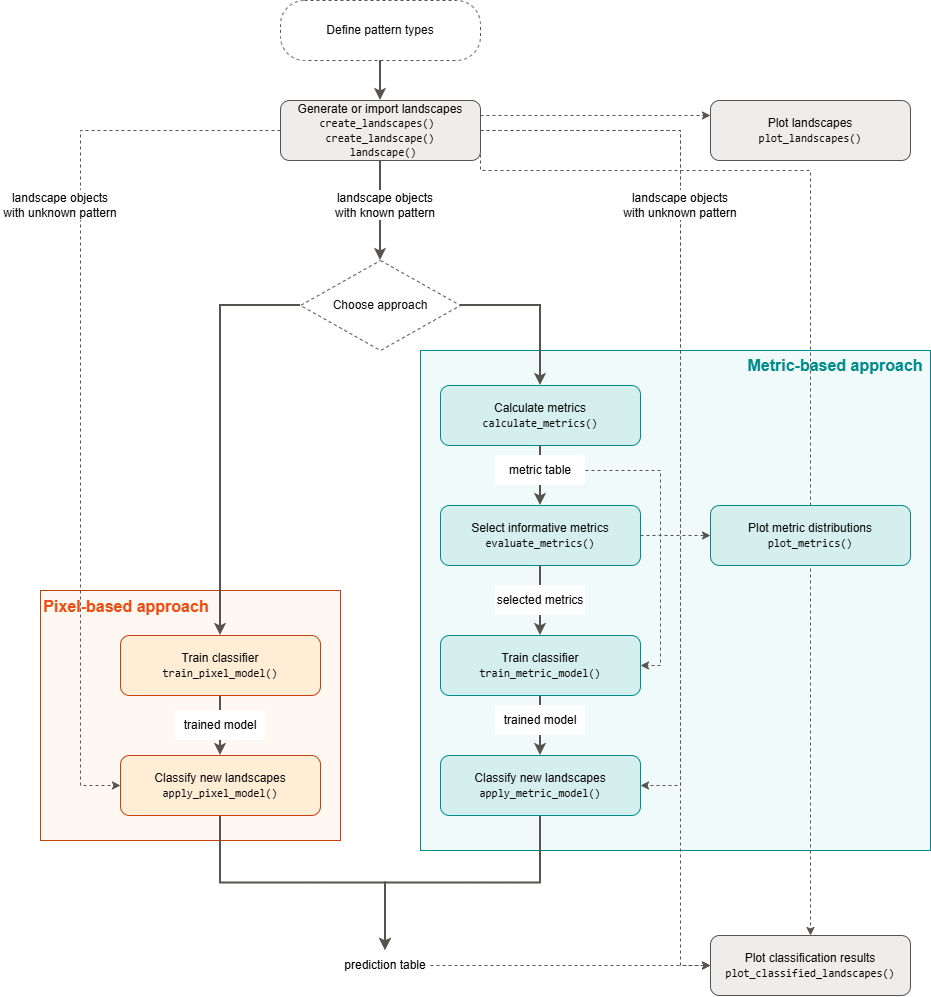
Earlier version of the draw.io export vignettes/img/workflow.drawio.png (ecomods/patternscaper). Source tidied: cells renumbered, new cells last; positions are measured from the earlier drawing's top-left corner, leaving out a move shared by most shapes.
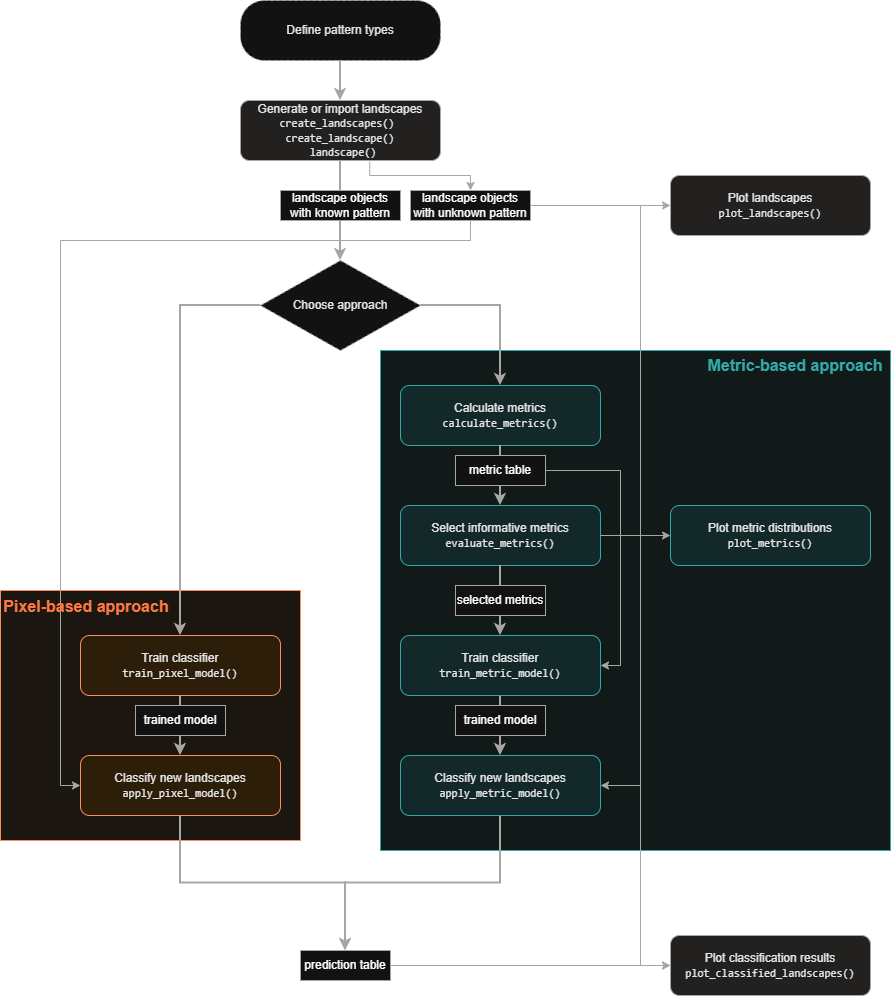
After the change.

What changed in the source:
```diff
@@ -11,33 +11,12 @@
     <mxCell id="4" value="Define pattern types" style="rounded=1;arcSize=40;whiteSpace=wrap;html=1;fillColor=#ffffff;strokeColor=#57534e;dashed=1;fontColor=#0b0b0b;" parent="1" vertex="1">
       <mxGeometry x="280" width="200" height="60" as="geometry" />
     </mxCell>
-    <mxCell id="5" style="edgeStyle=orthogonalEdgeStyle;rounded=0;jettySize=auto;html=1;exitX=1;exitY=0.25;exitDx=0;exitDy=0;entryX=0;entryY=0.25;entryDx=0;entryDy=0;dashed=1;strokeColor=#57534e;align=center;verticalAlign=middle;fontFamily=Helvetica;fontSize=11;fontColor=#3f3f46;labelBackgroundColor=#fcfcfb;endArrow=classic;" parent="1" edge="1" source="9" target="32">
+    <mxCell id="5" style="edgeStyle=orthogonalEdgeStyle;rounded=0;jettySize=auto;html=1;exitX=1;exitY=0.5;exitDx=0;exitDy=0;entryX=0;entryY=0.5;entryDx=0;entryDy=0;strokeColor=#57534e;align=center;verticalAlign=middle;fontFamily=Helvetica;fontSize=11;fontColor=#3f3f46;labelBackgroundColor=#fcfcfb;endArrow=classic;strokeWidth=1;" parent="1" edge="1" source="37" target="32">
       <mxGeometry relative="1" as="geometry" />
     </mxCell>
-    <mxCell id="6" style="edgeStyle=orthogonalEdgeStyle;rounded=0;jettySize=auto;html=1;exitX=1;exitY=0.5;exitDx=0;exitDy=0;entryX=0;entryY=0.5;entryDx=0;entryDy=0;dashed=1;strokeColor=#57534e;align=center;verticalAlign=middle;fontFamily=Helvetica;fontSize=11;fontColor=#3f3f46;labelBackgroundColor=#fcfcfb;endArrow=classic;" parent="1" edge="1" source="9" target="43">
-      <mxGeometry relative="1" as="geometry">
-        <Array as="points">
-          <mxPoint x="680" y="130" />
-          <mxPoint x="680" y="965" />
-        </Array>
-      </mxGeometry>
-    </mxCell>
-    <mxCell id="7" style="edgeStyle=orthogonalEdgeStyle;rounded=0;jettySize=auto;html=1;exitX=0;exitY=0.5;exitDx=0;exitDy=0;entryX=0;entryY=0.5;entryDx=0;entryDy=0;dashed=1;strokeColor=#57534e;align=center;verticalAlign=middle;fontFamily=Helvetica;fontSize=11;fontColor=#3f3f46;labelBackgroundColor=#fcfcfb;endArrow=classic;" parent="1" edge="1" source="9" target="21">
-      <mxGeometry relative="1" as="geometry">
-        <Array as="points">
-          <mxPoint x="80" y="130" />
-          <mxPoint x="80" y="785" />
-        </Array>
-      </mxGeometry>
-    </mxCell>
-    <mxCell id="8" style="edgeStyle=orthogonalEdgeStyle;rounded=0;jettySize=auto;html=1;exitX=1;exitY=0.5;exitDx=0;exitDy=0;entryX=0.5;entryY=0;entryDx=0;entryDy=0;dashed=1;strokeColor=#57534e;align=center;verticalAlign=middle;fontFamily=Helvetica;fontSize=11;fontColor=#3f3f46;labelBackgroundColor=#fcfcfb;endArrow=classic;" parent="1" edge="1" source="9" target="43">
-      <mxGeometry relative="1" as="geometry">
-        <Array as="points">
-          <mxPoint x="480" y="170" />
-          <mxPoint x="810" y="170" />
-        </Array>
-      </mxGeometry>
-    </mxCell>
+    <mxCell id="23" style="edgeStyle=orthogonalEdgeStyle;rounded=0;jettySize=auto;html=1;exitX=0.5;exitY=1;exitDx=0;exitDy=0;strokeColor=#57534e;strokeWidth=2;align=center;verticalAlign=middle;fontFamily=Helvetica;fontSize=11;fontColor=#3f3f46;labelBackgroundColor=#fcfcfb;endArrow=classic;" parent="1" edge="1" source="9" target="10">
+      <mxGeometry relative="1" as="geometry" />
+    </mxCell>
     <mxCell id="9" value="Generate or import landscapes&lt;br&gt;&lt;span style=&quot;font-family: monospace; font-size: 11px;&quot;&gt;create_landscapes()&amp;nbsp;&lt;/span&gt;&lt;div&gt;&lt;span style=&quot;font-family: monospace; font-size: 11px;&quot;&gt;create_landscape()&lt;/span&gt;&lt;/div&gt;&lt;div&gt;&lt;span style=&quot;font-family: monospace; font-size: 11px;&quot;&gt;&amp;nbsp;landscape()&lt;/span&gt;&lt;/div&gt;" style="rounded=1;whiteSpace=wrap;html=1;fillColor=#efedeb;strokeColor=#57534e;fontColor=#0b0b0b;" parent="1" vertex="1">
       <mxGeometry x="280" y="100" width="200" height="60" as="geometry" />
     </mxCell>
@@ -80,9 +59,6 @@
     <mxCell id="22" style="edgeStyle=orthogonalEdgeStyle;rounded=0;html=1;endArrow=classic;strokeColor=#57534e;fontColor=#3f3f46;labelBackgroundColor=#fcfcfb;strokeWidth=2;align=center;verticalAlign=middle;fontFamily=Helvetica;fontSize=11;" parent="1" edge="1" source="4" target="9">
       <mxGeometry relative="1" as="geometry" />
     </mxCell>
-    <mxCell id="23" style="edgeStyle=orthogonalEdgeStyle;rounded=0;html=1;endArrow=classic;strokeColor=#57534e;fontColor=#3f3f46;labelBackgroundColor=#fcfcfb;strokeWidth=2;align=center;verticalAlign=middle;fontFamily=Helvetica;fontSize=11;" parent="1" edge="1" source="9" target="10">
-      <mxGeometry x="0.01" relative="1" as="geometry" />
-    </mxCell>
     <mxCell id="24" style="edgeStyle=orthogonalEdgeStyle;rounded=0;html=1;endArrow=classic;strokeColor=#57534e;fontColor=#3f3f46;labelBackgroundColor=#fcfcfb;exitX=1;exitY=0.5;exitDx=0;exitDy=0;strokeWidth=2;align=center;verticalAlign=middle;fontFamily=Helvetica;fontSize=11;" parent="1" edge="1" source="10" target="11">
       <mxGeometry relative="1" as="geometry" />
     </mxCell>
@@ -92,7 +68,7 @@
     <mxCell id="26" style="edgeStyle=orthogonalEdgeStyle;rounded=0;html=1;endArrow=classic;strokeColor=#57534e;fontColor=#3f3f46;labelBackgroundColor=#fcfcfb;strokeWidth=2;align=center;verticalAlign=middle;fontFamily=Helvetica;fontSize=11;" parent="1" edge="1" source="11" target="12">
       <mxGeometry relative="1" as="geometry" />
     </mxCell>
-    <mxCell id="27" style="edgeStyle=orthogonalEdgeStyle;rounded=0;html=1;endArrow=classic;dashed=1;strokeColor=#57534e;fontColor=#3f3f46;labelBackgroundColor=#fcfcfb;" parent="1" edge="1" source="12">
+    <mxCell id="27" style="edgeStyle=orthogonalEdgeStyle;rounded=0;html=1;endArrow=classic;strokeColor=#57534e;fontColor=#3f3f46;labelBackgroundColor=#fcfcfb;strokeWidth=1;align=center;verticalAlign=middle;fontFamily=Helvetica;fontSize=11;" parent="1" edge="1" source="12">
       <mxGeometry relative="1" as="geometry">
         <mxPoint x="710" y="535" as="targetPoint" />
       </mxGeometry>
@@ -100,45 +76,59 @@
     <mxCell id="28" style="edgeStyle=orthogonalEdgeStyle;rounded=0;html=1;endArrow=classic;strokeColor=#57534e;fontColor=#3f3f46;labelBackgroundColor=#fcfcfb;strokeWidth=2;align=center;verticalAlign=middle;fontFamily=Helvetica;fontSize=11;" parent="1" edge="1" source="12" target="15">
       <mxGeometry relative="1" as="geometry" />
     </mxCell>
-    <mxCell id="29" style="edgeStyle=orthogonalEdgeStyle;rounded=0;html=1;endArrow=classic;dashed=1;strokeColor=#57534e;fontColor=#3f3f46;labelBackgroundColor=#fcfcfb;exitX=1;exitY=0.5;exitDx=0;exitDy=0;entryX=1;entryY=0.5;entryDx=0;entryDy=0;" parent="1" edge="1" source="9" target="17">
+    <mxCell id="29" style="edgeStyle=orthogonalEdgeStyle;rounded=0;html=1;endArrow=classic;strokeColor=#57534e;fontColor=#3f3f46;labelBackgroundColor=#fcfcfb;exitX=1;exitY=0.5;exitDx=0;exitDy=0;entryX=1;entryY=0.5;entryDx=0;entryDy=0;strokeWidth=1;align=center;verticalAlign=middle;fontFamily=Helvetica;fontSize=11;" parent="1" edge="1" source="37" target="17">
       <mxGeometry x="-0.23" relative="1" as="geometry">
         <Array as="points">
-          <mxPoint x="680" y="130" />
+          <mxPoint x="680" y="205" />
           <mxPoint x="680" y="785" />
         </Array>
       </mxGeometry>
     </mxCell>
-    <mxCell id="30" style="edgeStyle=orthogonalEdgeStyle;rounded=0;jettySize=auto;html=1;exitX=1;exitY=0.5;exitDx=0;exitDy=0;dashed=1;strokeColor=#57534e;align=center;verticalAlign=middle;fontFamily=Helvetica;fontSize=11;fontColor=#3f3f46;labelBackgroundColor=#fcfcfb;endArrow=classic;" parent="1" edge="1" source="31" target="43">
+    <mxCell id="30" style="edgeStyle=orthogonalEdgeStyle;rounded=0;jettySize=auto;html=1;exitX=1;exitY=0.5;exitDx=0;exitDy=0;strokeColor=#57534e;align=center;verticalAlign=middle;fontFamily=Helvetica;fontSize=11;fontColor=#3f3f46;labelBackgroundColor=#fcfcfb;endArrow=classic;strokeWidth=1;" parent="1" edge="1" source="31" target="43">
       <mxGeometry relative="1" as="geometry" />
     </mxCell>
-    <mxCell id="31" value="prediction table" style="text;html=1;whiteSpace=wrap;strokeColor=none;fillColor=default;align=center;verticalAlign=middle;rounded=0;fontFamily=Helvetica;fontSize=12;fontColor=default;labelBackgroundColor=none;" parent="1" vertex="1">
+    <mxCell id="31" value="prediction table" style="text;html=1;whiteSpace=wrap;strokeColor=light-dark(#000000,#A9A5A1);fillColor=default;align=center;verticalAlign=middle;rounded=0;fontFamily=Helvetica;fontSize=12;fontColor=default;labelBackgroundColor=none;" parent="1" vertex="1">
       <mxGeometry x="340" y="950" width="90" height="30" as="geometry" />
     </mxCell>
     <mxCell id="32" value="Plot landscapes&lt;br&gt;&lt;span style=&quot;font-family: monospace; font-size: 11px;&quot;&gt;plot_landscapes()&lt;/span&gt;" style="rounded=1;whiteSpace=wrap;html=1;fillColor=#efedeb;strokeColor=#57534e;fontColor=#0b0b0b;" parent="1" vertex="1">
-      <mxGeometry x="710" y="100" width="200" height="60" as="geometry" />
+      <mxGeometry x="710" y="175" width="200" height="60" as="geometry" />
     </mxCell>
-    <mxCell id="33" value="trained model" style="text;html=1;whiteSpace=wrap;strokeColor=none;fillColor=#FFFFFF;align=center;verticalAlign=middle;rounded=0;labelBackgroundColor=none;fontFamily=Helvetica;fontSize=12;fontColor=default;" parent="1" vertex="1">
-      <mxGeometry x="175" y="710" width="90" height="30" as="geometry" />
+    <mxCell id="33" value="trained model" style="text;html=1;whiteSpace=wrap;strokeColor=light-dark(#000000,#A9A5A1);fillColor=#FFFFFF;align=center;verticalAlign=middle;rounded=0;labelBackgroundColor=none;fontFamily=Helvetica;fontSize=12;fontColor=default;" parent="1" vertex="1">
+      <mxGeometry x="175" y="705" width="90" height="30" as="geometry" />
     </mxCell>
-    <mxCell id="34" value="selected metrics" style="text;html=1;whiteSpace=wrap;strokeColor=none;fillColor=#FFFFFF;align=center;verticalAlign=middle;rounded=0;labelBackgroundColor=none;fontFamily=Helvetica;fontSize=12;fontColor=default;" parent="1" vertex="1">
+    <mxCell id="34" value="selected metrics" style="text;html=1;whiteSpace=wrap;strokeColor=light-dark(#000000,#A9A5A1);fillColor=#FFFFFF;align=center;verticalAlign=middle;rounded=0;labelBackgroundColor=none;fontFamily=Helvetica;fontSize=12;fontColor=default;" parent="1" vertex="1">
       <mxGeometry x="495" y="585" width="90" height="30" as="geometry" />
     </mxCell>
-    <mxCell id="35" style="edgeStyle=orthogonalEdgeStyle;rounded=0;jettySize=auto;html=1;exitX=1;exitY=0.5;exitDx=0;exitDy=0;entryX=1;entryY=0.5;entryDx=0;entryDy=0;dashed=1;strokeColor=#57534e;align=center;verticalAlign=middle;fontFamily=Helvetica;fontSize=11;fontColor=#3f3f46;labelBackgroundColor=#fcfcfb;endArrow=classic;" parent="1" edge="1" source="36" target="15">
+    <mxCell id="35" style="edgeStyle=orthogonalEdgeStyle;rounded=0;jettySize=auto;html=1;exitX=1;exitY=0.5;exitDx=0;exitDy=0;entryX=1;entryY=0.5;entryDx=0;entryDy=0;strokeColor=#57534e;align=center;verticalAlign=middle;fontFamily=Helvetica;fontSize=11;fontColor=#3f3f46;labelBackgroundColor=#fcfcfb;endArrow=classic;strokeWidth=1;" parent="1" edge="1" source="36" target="15">
       <mxGeometry relative="1" as="geometry" />
     </mxCell>
-    <mxCell id="36" value="metric table" style="text;html=1;whiteSpace=wrap;strokeColor=none;fillColor=#FFFFFF;align=center;verticalAlign=middle;rounded=0;labelBackgroundColor=none;fontFamily=Helvetica;fontSize=12;fontColor=default;" parent="1" vertex="1">
+    <mxCell id="36" value="metric table" style="text;html=1;whiteSpace=wrap;strokeColor=light-dark(#000000,#A9A5A1);fillColor=#FFFFFF;align=center;verticalAlign=middle;rounded=0;labelBackgroundColor=none;fontFamily=Helvetica;fontSize=12;fontColor=default;" parent="1" vertex="1">
       <mxGeometry x="495" y="455" width="90" height="30" as="geometry" />
     </mxCell>
+    <mxCell id="44" style="edgeStyle=orthogonalEdgeStyle;rounded=0;jettySize=auto;html=1;exitX=1;exitY=0.5;exitDx=0;exitDy=0;entryX=0;entryY=0.5;entryDx=0;entryDy=0;strokeColor=#57534e;align=center;verticalAlign=middle;fontFamily=Helvetica;fontSize=11;fontColor=#3f3f46;labelBackgroundColor=#fcfcfb;endArrow=classic;strokeWidth=1;" parent="1" edge="1" source="37" target="43">
+      <mxGeometry relative="1" as="geometry">
+        <Array as="points">
+          <mxPoint x="680" y="205" />
+          <mxPoint x="680" y="965" />
+        </Array>
+      </mxGeometry>
+    </mxCell>
+    <mxCell id="45" style="edgeStyle=orthogonalEdgeStyle;rounded=0;jettySize=auto;html=1;exitX=0.5;exitY=1;exitDx=0;exitDy=0;entryX=0;entryY=0.5;entryDx=0;entryDy=0;strokeColor=#57534e;strokeWidth=1;align=center;verticalAlign=middle;fontFamily=Helvetica;fontSize=11;fontColor=#3f3f46;labelBackgroundColor=#fcfcfb;endArrow=classic;" parent="1" edge="1" source="37" target="21">
+      <mxGeometry relative="1" as="geometry">
+        <Array as="points">
+          <mxPoint x="510" y="240" />
+          <mxPoint x="100" y="240" />
+          <mxPoint x="100" y="785" />
+        </Array>
+      </mxGeometry>
+    </mxCell>
-    <mxCell id="37" value="landscape objects&lt;div&gt;with unknown pattern&lt;/div&gt;" style="text;html=1;whiteSpace=wrap;strokeColor=none;fillColor=#FFFFFF;align=center;verticalAlign=middle;rounded=0;labelBackgroundColor=none;fontFamily=Helvetica;fontSize=12;fontColor=default;" parent="1" vertex="1">
-      <mxGeometry x="620" y="190" width="120" height="30" as="geometry" />
+    <mxCell id="37" value="landscape objects&lt;div&gt;with unknown pattern&lt;/div&gt;" style="text;html=1;whiteSpace=wrap;strokeColor=light-dark(#000000,#A9A5A1);fillColor=#FFFFFF;align=center;verticalAlign=middle;rounded=0;labelBackgroundColor=none;fontFamily=Helvetica;fontSize=12;fontColor=default;" parent="1" vertex="1">
+      <mxGeometry x="450" y="190" width="120" height="30" as="geometry" />
     </mxCell>
-    <mxCell id="38" value="landscape objects&lt;div&gt;with unknown pattern&lt;/div&gt;" style="text;html=1;whiteSpace=wrap;strokeColor=none;fillColor=#FFFFFF;align=center;verticalAlign=middle;rounded=0;labelBackgroundColor=none;fontFamily=Helvetica;fontSize=12;fontColor=default;" parent="1" vertex="1">
-      <mxGeometry y="190" width="120" height="30" as="geometry" />
-    </mxCell>
-    <mxCell id="39" value="landscape objects&lt;div&gt;with known pattern&lt;/div&gt;" style="text;html=1;whiteSpace=wrap;strokeColor=none;fillColor=#FFFFFF;align=center;verticalAlign=middle;rounded=0;labelBackgroundColor=none;fontFamily=Helvetica;fontSize=12;fontColor=default;" parent="1" vertex="1">
-      <mxGeometry x="325" y="190" width="120" height="30" as="geometry" />
+    <mxCell id="39" value="landscape objects&lt;div&gt;with known pattern&lt;/div&gt;" style="text;html=1;whiteSpace=wrap;strokeColor=light-dark(#000000,#A9A5A1);fillColor=#FFFFFF;align=center;verticalAlign=middle;rounded=0;labelBackgroundColor=none;fontFamily=Helvetica;fontSize=12;fontColor=default;" parent="1" vertex="1">
+      <mxGeometry x="320" y="190" width="120" height="30" as="geometry" />
     </mxCell>
-    <mxCell id="40" value="trained model" style="text;html=1;whiteSpace=wrap;strokeColor=none;fillColor=#FFFFFF;align=center;verticalAlign=middle;rounded=0;labelBackgroundColor=none;fontFamily=Helvetica;fontSize=12;fontColor=default;" parent="1" vertex="1">
+    <mxCell id="40" value="trained model" style="text;html=1;whiteSpace=wrap;strokeColor=light-dark(#000000,#A9A5A1);fillColor=#FFFFFF;align=center;verticalAlign=middle;rounded=0;labelBackgroundColor=none;fontFamily=Helvetica;fontSize=12;fontColor=default;" parent="1" vertex="1">
       <mxGeometry x="495" y="705" width="90" height="30" as="geometry" />
     </mxCell>
     <mxCell id="41" value="Pixel-based approach" style="text;html=1;whiteSpace=wrap;strokeColor=none;fillColor=light-dark(#fff8f2, #ededed);align=center;verticalAlign=middle;rounded=0;labelBackgroundColor=none;fontFamily=Helvetica;fontSize=16;fontColor=#ED4D11;labelBorderColor=none;fontStyle=1;opacity=0;" parent="1" vertex="1">
@@ -150,5 +140,8 @@
     <mxCell id="43" value="Plot classification results&lt;br&gt;&lt;span style=&quot;font-family: monospace; font-size: 11px;&quot;&gt;plot_classified_landscapes()&lt;/span&gt;" style="rounded=1;whiteSpace=wrap;html=1;fillColor=#efedeb;strokeColor=#57534e;fontColor=#0b0b0b;" parent="1" vertex="1">
       <mxGeometry x="710" y="935" width="200" height="60" as="geometry" />
     </mxCell>
+    <mxCell id="46" style="edgeStyle=orthogonalEdgeStyle;rounded=0;html=1;endArrow=classic;strokeColor=#57534e;fontColor=#3f3f46;labelBackgroundColor=#fcfcfb;strokeWidth=1;align=center;verticalAlign=middle;fontFamily=Helvetica;fontSize=11;entryX=0.5;entryY=0;entryDx=0;entryDy=0;exitX=0.646;exitY=1.022;exitDx=0;exitDy=0;exitPerimeter=0;" parent="1" edge="1" source="9" target="37">
+      <mxGeometry x="0.01" relative="1" as="geometry" />
+    </mxCell>
   </root>
 </mxGraphModel>
```
